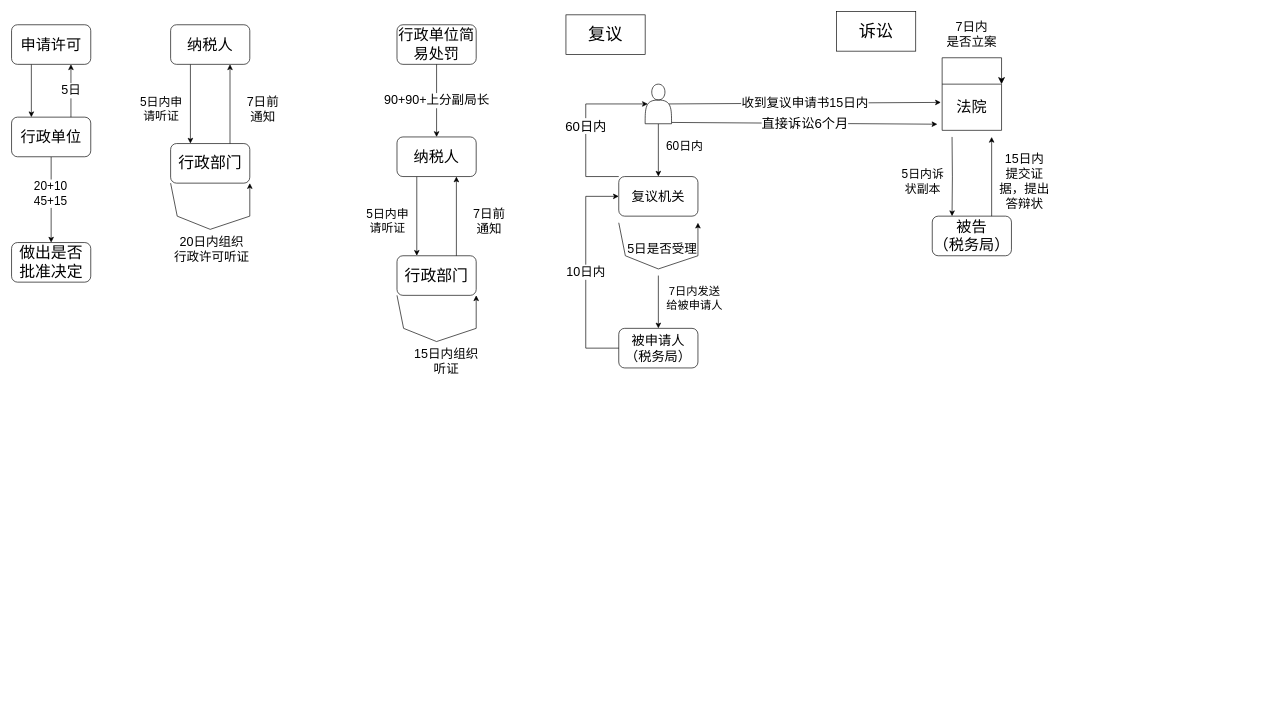
Before: 执法资格考试.drawio in FelixTt/repositoryForDraw.io, a draw.io diagram. Source tidied: cells renumbered, new cells numbered last; positions are measured from the earlier drawing's top-left corner, leaving out a move shared by most shapes. Both pictures are drawn from the tidied source at 66%, with x=0, y=0 at pixel (11, 11).
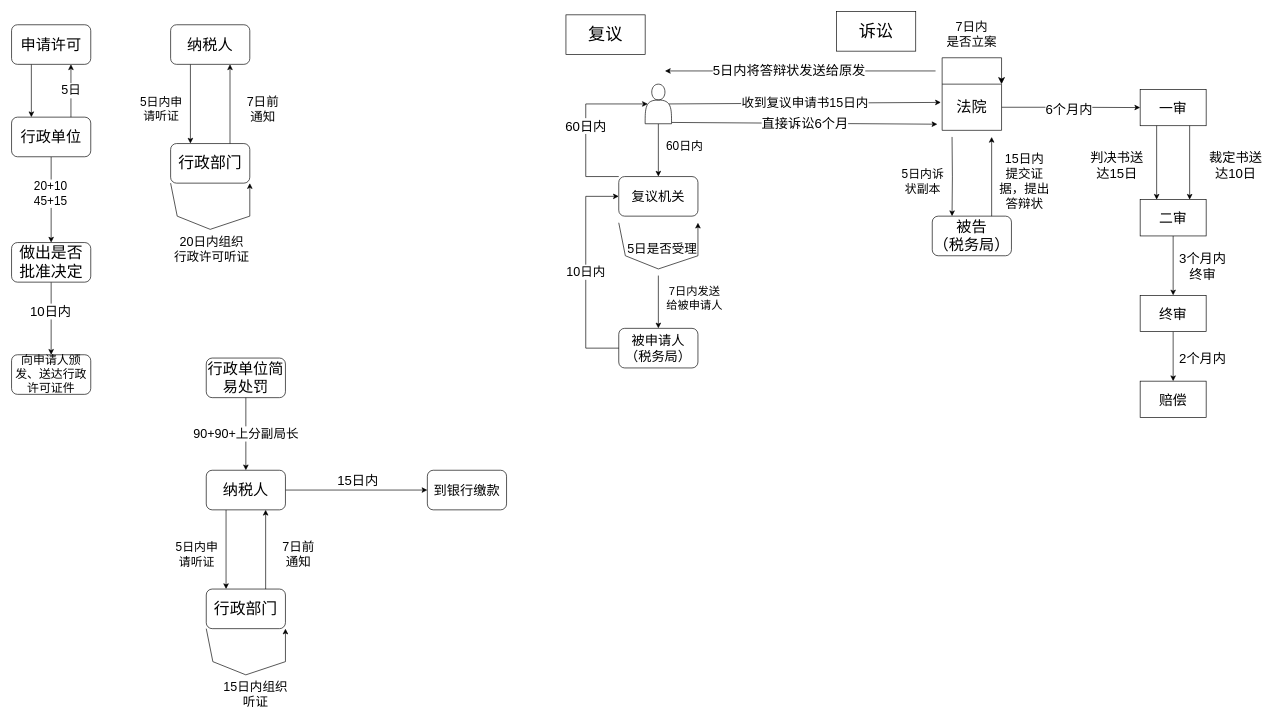
The same diagram, later.

Commit message (it also covers changes not shown here):
更新执法资格考试.drawio

Unchanged cells that the change refers to:
```xml
<mxCell id="7" value="&lt;font style=&quot;font-size: 24px;&quot;&gt;做出是否批准决定&lt;/font&gt;" style="whiteSpace=wrap;html=1;rounded=1;" parent="1" vertex="1">
  <mxGeometry y="350" width="120" height="60" as="geometry" />
</mxCell>
<mxCell id="41" value="&lt;font style=&quot;font-size: 23px;&quot;&gt;法院&lt;/font&gt;" style="shape=loopLimit;whiteSpace=wrap;html=1;size=0;" parent="1" vertex="1">
  <mxGeometry x="1410" y="110" width="90" height="70" as="geometry" />
</mxCell>
```

The edit, as a diff of the source:
```diff
@@
+    <mxCell id="50" style="edgeStyle=orthogonalEdgeStyle;rounded=0;jettySize=auto;html=1;" parent="1" edge="1" source="7" target="69">
+      <mxGeometry relative="1" as="geometry" />
+    </mxCell>
+    <mxCell id="51" value="&lt;font style=&quot;font-size: 20px;&quot;&gt;10日内&lt;/font&gt;" style="edgeLabel;html=1;align=center;verticalAlign=middle;" parent="50" vertex="1">
+      <mxGeometry x="-0.21" y="-2" relative="1" as="geometry" />
+    </mxCell>
@@
     <mxCell id="9" value="&lt;span style=&quot;font-size: 23px;&quot;&gt;行政单位简易处罚&lt;/span&gt;" style="rounded=1;whiteSpace=wrap;html=1;" parent="1" vertex="1">
-      <mxGeometry x="584" y="20" width="120" height="60" as="geometry" />
+      <mxGeometry x="295" y="525" width="120" height="60" as="geometry" />
     </mxCell>
@@
+    <mxCell id="52" style="edgeStyle=orthogonalEdgeStyle;rounded=0;jettySize=auto;html=1;" parent="1" edge="1" source="11" target="70">
+      <mxGeometry relative="1" as="geometry" />
+    </mxCell>
     <mxCell id="11" value="&lt;font style=&quot;font-size: 23px;&quot;&gt;纳税人&lt;/font&gt;" style="whiteSpace=wrap;html=1;rounded=1;" parent="1" vertex="1">
-      <mxGeometry x="584" y="190" width="120" height="60" as="geometry" />
+      <mxGeometry x="295" y="695" width="120" height="60" as="geometry" />
     </mxCell>
     <mxCell id="12" value="&lt;font style=&quot;font-size: 24px;&quot;&gt;行政部门&lt;/font&gt;" style="whiteSpace=wrap;html=1;rounded=1;" parent="1" vertex="1">
-      <mxGeometry x="584" y="370" width="120" height="60" as="geometry" />
+      <mxGeometry x="295" y="875" width="120" height="60" as="geometry" />
     </mxCell>
@@
     <mxCell id="14" style="endArrow=classic;html=1;rounded=0;exitX=0;exitY=1;exitDx=0;exitDy=0;entryX=1;entryY=1;entryDx=0;entryDy=0;" parent="1" edge="1" source="12" target="12">
       <mxGeometry relative="1" as="geometry">
         <Array as="points">
-          <mxPoint x="594" y="480" />
-          <mxPoint x="644" y="500" />
-          <mxPoint x="704" y="480" />
+          <mxPoint x="305" y="985" />
+          <mxPoint x="355" y="1005" />
+          <mxPoint x="415" y="985" />
         </Array>
       </mxGeometry>
     </mxCell>
     <mxCell id="15" value="&lt;font style=&quot;font-size: 19px;&quot;&gt;15日内组织听证&lt;/font&gt;" style="text;html=1;strokeColor=none;fillColor=none;align=center;verticalAlign=middle;whiteSpace=wrap;rounded=0;" parent="1" vertex="1">
-      <mxGeometry x="604" y="510" width="110" height="40" as="geometry" />
+      <mxGeometry x="315" y="1015" width="110" height="40" as="geometry" />
     </mxCell>
     <mxCell id="16" value="&lt;font style=&quot;font-size: 19px;&quot;&gt;7日前&lt;br&gt;通知&lt;/font&gt;" style="text;html=1;strokeColor=none;fillColor=none;align=center;verticalAlign=middle;whiteSpace=wrap;rounded=0;" parent="1" vertex="1">
-      <mxGeometry x="684" y="278" width="80" height="80" as="geometry" />
+      <mxGeometry x="395" y="783" width="80" height="80" as="geometry" />
     </mxCell>
     <mxCell id="17" value="&lt;font style=&quot;font-size: 18px;&quot;&gt;5日内申请听证&lt;/font&gt;" style="text;html=1;strokeColor=none;fillColor=none;align=center;verticalAlign=middle;whiteSpace=wrap;rounded=0;" parent="1" vertex="1">
-      <mxGeometry x="530" y="278" width="80" height="80" as="geometry" />
+      <mxGeometry x="241" y="783" width="80" height="80" as="geometry" />
     </mxCell>
@@
+    <mxCell id="53" style="edgeStyle=orthogonalEdgeStyle;rounded=0;jettySize=auto;html=1;" parent="1" edge="1" source="41" target="57">
+      <mxGeometry relative="1" as="geometry" />
+    </mxCell>
+    <mxCell id="54" value="&lt;font style=&quot;font-size: 20px;&quot;&gt;6个月内&lt;/font&gt;" style="edgeLabel;html=1;align=center;verticalAlign=middle;" parent="53" vertex="1">
+      <mxGeometry x="-0.04" y="-2" relative="1" as="geometry" />
+    </mxCell>
@@
+    <mxCell id="55" style="endArrow=classic;html=1;rounded=0;" parent="1" edge="1">
+      <mxGeometry relative="1" as="geometry">
+        <mxPoint x="1400" y="90" as="sourcePoint" />
+        <mxPoint x="990" y="90" as="targetPoint" />
+      </mxGeometry>
+    </mxCell>
+    <mxCell id="56" value="&lt;font style=&quot;font-size: 20px;&quot;&gt;5日内将答辩状发送给原发&lt;/font&gt;" style="edgeLabel;html=1;align=center;verticalAlign=middle;" parent="55" vertex="1">
+      <mxGeometry x="0.09" y="-3" relative="1" as="geometry" />
+    </mxCell>
+    <mxCell id="57" value="&lt;font style=&quot;font-size: 21px;&quot;&gt;一审&lt;/font&gt;" style="rounded=0;whiteSpace=wrap;html=1;" parent="1" vertex="1">
+      <mxGeometry x="1710" y="118" width="100" height="55" as="geometry" />
+    </mxCell>
+    <mxCell id="58" style="edgeStyle=orthogonalEdgeStyle;rounded=0;jettySize=auto;html=1;" parent="1" edge="1" source="59" target="65">
+      <mxGeometry relative="1" as="geometry" />
+    </mxCell>
+    <mxCell id="59" value="&lt;font style=&quot;font-size: 21px;&quot;&gt;二审&lt;/font&gt;" style="rounded=0;whiteSpace=wrap;html=1;" parent="1" vertex="1">
+      <mxGeometry x="1710" y="285" width="100" height="55" as="geometry" />
+    </mxCell>
+    <mxCell id="60" style="endArrow=classic;html=1;rounded=0;exitX=0.25;exitY=1;exitDx=0;exitDy=0;entryX=0.25;entryY=0;entryDx=0;entryDy=0;" parent="1" edge="1" source="57" target="59">
+      <mxGeometry relative="1" as="geometry" />
+    </mxCell>
+    <mxCell id="61" value="&lt;font style=&quot;font-size: 20px;&quot;&gt;判决书送达15日&lt;/font&gt;" style="text;html=1;strokeColor=none;fillColor=none;align=center;verticalAlign=middle;whiteSpace=wrap;rounded=0;" parent="1" vertex="1">
+      <mxGeometry x="1630" y="205" width="90" height="55" as="geometry" />
+    </mxCell>
+    <mxCell id="62" style="endArrow=classic;html=1;rounded=0;exitX=0.75;exitY=1;exitDx=0;exitDy=0;entryX=0.75;entryY=0;entryDx=0;entryDy=0;" parent="1" edge="1" source="57" target="59">
+      <mxGeometry relative="1" as="geometry" />
+    </mxCell>
+    <mxCell id="63" value="&lt;font style=&quot;font-size: 20px;&quot;&gt;裁定书送达10日&lt;/font&gt;" style="text;html=1;strokeColor=none;fillColor=none;align=center;verticalAlign=middle;whiteSpace=wrap;rounded=0;" parent="1" vertex="1">
+      <mxGeometry x="1810" y="205" width="90" height="55" as="geometry" />
+    </mxCell>
+    <mxCell id="64" style="edgeStyle=orthogonalEdgeStyle;rounded=0;jettySize=auto;html=1;" parent="1" edge="1" source="65" target="67">
+      <mxGeometry relative="1" as="geometry" />
+    </mxCell>
+    <mxCell id="65" value="&lt;font style=&quot;font-size: 21px;&quot;&gt;终审&lt;/font&gt;" style="rounded=0;whiteSpace=wrap;html=1;" parent="1" vertex="1">
+      <mxGeometry x="1710" y="430" width="100" height="55" as="geometry" />
+    </mxCell>
+    <mxCell id="66" value="&lt;font style=&quot;font-size: 20px;&quot;&gt;3个月内终审&lt;/font&gt;" style="text;html=1;strokeColor=none;fillColor=none;align=center;verticalAlign=middle;whiteSpace=wrap;rounded=0;" parent="1" vertex="1">
+      <mxGeometry x="1760" y="358" width="90" height="55" as="geometry" />
+    </mxCell>
+    <mxCell id="67" value="&lt;font style=&quot;font-size: 21px;&quot;&gt;赔偿&lt;/font&gt;" style="rounded=0;whiteSpace=wrap;html=1;" parent="1" vertex="1">
+      <mxGeometry x="1710" y="560" width="100" height="55" as="geometry" />
+    </mxCell>
+    <mxCell id="68" value="&lt;font style=&quot;font-size: 20px;&quot;&gt;2个月内&lt;/font&gt;" style="text;html=1;strokeColor=none;fillColor=none;align=center;verticalAlign=middle;whiteSpace=wrap;rounded=0;" parent="1" vertex="1">
+      <mxGeometry x="1760" y="497" width="90" height="55" as="geometry" />
+    </mxCell>
+    <mxCell id="69" value="&lt;font style=&quot;font-size: 18px;&quot;&gt;向申请人颁发、送达行政许可证件&lt;/font&gt;" style="whiteSpace=wrap;html=1;rounded=1;" parent="1" vertex="1">
+      <mxGeometry y="520" width="120" height="60" as="geometry" />
+    </mxCell>
+    <mxCell id="70" value="&lt;font style=&quot;font-size: 20px;&quot;&gt;到银行缴款&lt;/font&gt;" style="rounded=1;whiteSpace=wrap;html=1;" parent="1" vertex="1">
+      <mxGeometry x="630" y="695" width="120" height="60" as="geometry" />
+    </mxCell>
+    <mxCell id="71" value="&lt;font style=&quot;font-size: 20px;&quot;&gt;15日内&lt;/font&gt;" style="text;html=1;strokeColor=none;fillColor=none;align=center;verticalAlign=middle;whiteSpace=wrap;rounded=0;" parent="1" vertex="1">
+      <mxGeometry x="460" y="695" width="130" height="30" as="geometry" />
+    </mxCell>
```
